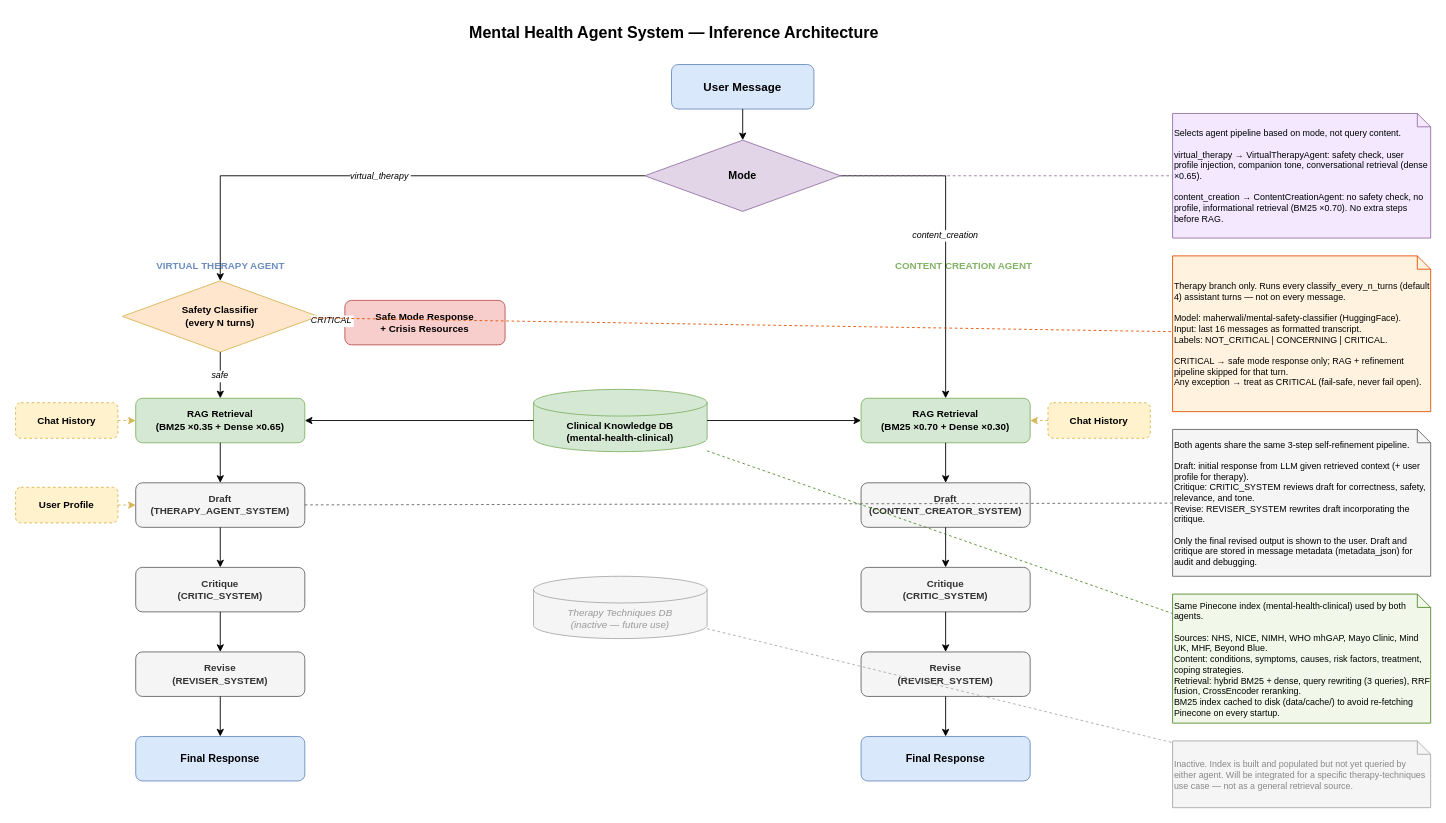
Before: docs/architecture.drawio in Maher-Wali/pfa, a draw.io diagram. Source tidied: cells renumbered, new cells numbered last; positions are measured from the earlier drawing's top-left corner, leaving out a move shared by most shapes. Both pictures are drawn from the tidied source at 89%, with x=0, y=0 at pixel (15, 15).
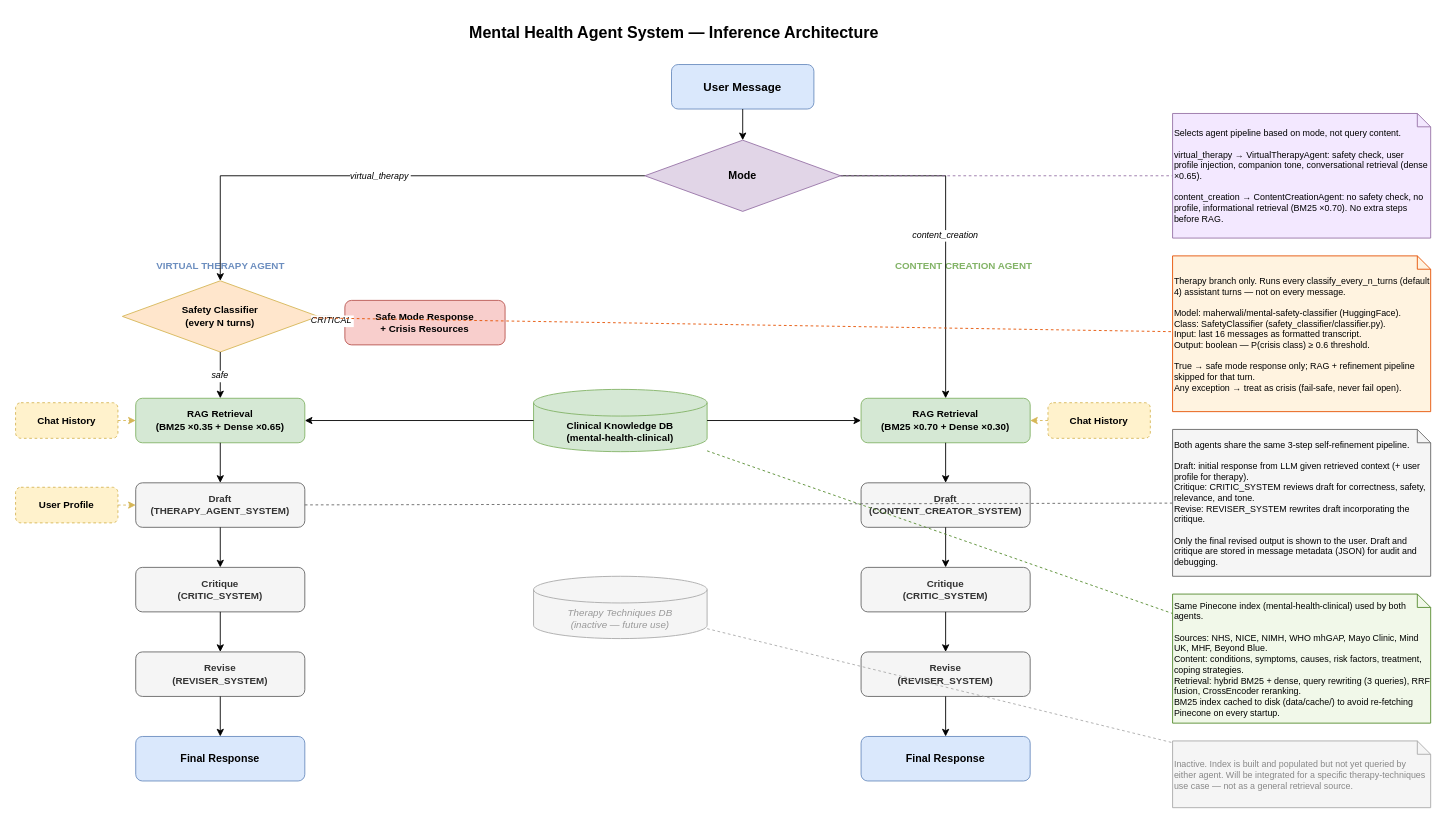
Above is the later version.

Commit message (it also covers changes not shown here):
therapy agent integration

Change to the diagram source:
```diff
@@
-    <mxCell id="44" value="Therapy branch only. Runs every classify_every_n_turns (default 4) assistant turns — not on every message.&#10;&#10;Model: maherwali/mental-safety-classifier (HuggingFace).&#10;Input: last 16 messages as formatted transcript.&#10;Labels: NOT_CRITICAL | CONCERNING | CRITICAL.&#10;&#10;CRITICAL → safe mode response only; RAG + refinement pipeline skipped for that turn.&#10;Any exception → treat as CRITICAL (fail-safe, never fail open)." style="shape=note;whiteSpace=wrap;html=1;backgroundOutline=1;size=15;fillColor=#fff3e0;strokeColor=#e65100;fontSize=10;align=left;" parent="1" vertex="1">
+    <mxCell id="44" value="Therapy branch only. Runs every classify_every_n_turns (default 4) assistant turns — not on every message.&#10;&#10;Model: maherwali/mental-safety-classifier (HuggingFace).&#10;Class: SafetyClassifier (safety_classifier/classifier.py).&#10;Input: last 16 messages as formatted transcript.&#10;Output: boolean — P(crisis class) ≥ 0.6 threshold.&#10;&#10;True → safe mode response only; RAG + refinement pipeline skipped for that turn.&#10;Any exception → treat as crisis (fail-safe, never fail open)." style="shape=note;whiteSpace=wrap;html=1;backgroundOutline=1;size=15;fillColor=#fff3e0;strokeColor=#e65100;fontSize=10;align=left;" parent="1" vertex="1">
       <mxGeometry x="1300" y="270" width="290" height="175" as="geometry" />
     </mxCell>
@@
-    <mxCell id="46" value="Both agents share the same 3-step self-refinement pipeline.&#10;&#10;Draft: initial response from LLM given retrieved context (+ user profile for therapy).&#10;Critique: CRITIC_SYSTEM reviews draft for correctness, safety, relevance, and tone.&#10;Revise: REVISER_SYSTEM rewrites draft incorporating the critique.&#10;&#10;Only the final revised output is shown to the user. Draft and critique are stored in message metadata (metadata_json) for audit and debugging." style="shape=note;whiteSpace=wrap;html=1;backgroundOutline=1;size=15;fillColor=#f5f5f5;strokeColor=#666666;fontSize=10;align=left;" parent="1" vertex="1">
+    <mxCell id="46" value="Both agents share the same 3-step self-refinement pipeline.&#10;&#10;Draft: initial response from LLM given retrieved context (+ user profile for therapy).&#10;Critique: CRITIC_SYSTEM reviews draft for correctness, safety, relevance, and tone.&#10;Revise: REVISER_SYSTEM rewrites draft incorporating the critique.&#10;&#10;Only the final revised output is shown to the user. Draft and critique are stored in message metadata (JSON) for audit and debugging." style="shape=note;whiteSpace=wrap;html=1;backgroundOutline=1;size=15;fillColor=#f5f5f5;strokeColor=#666666;fontSize=10;align=left;" parent="1" vertex="1">
       <mxGeometry x="1300" y="465" width="290" height="165" as="geometry" />
     </mxCell>
```
